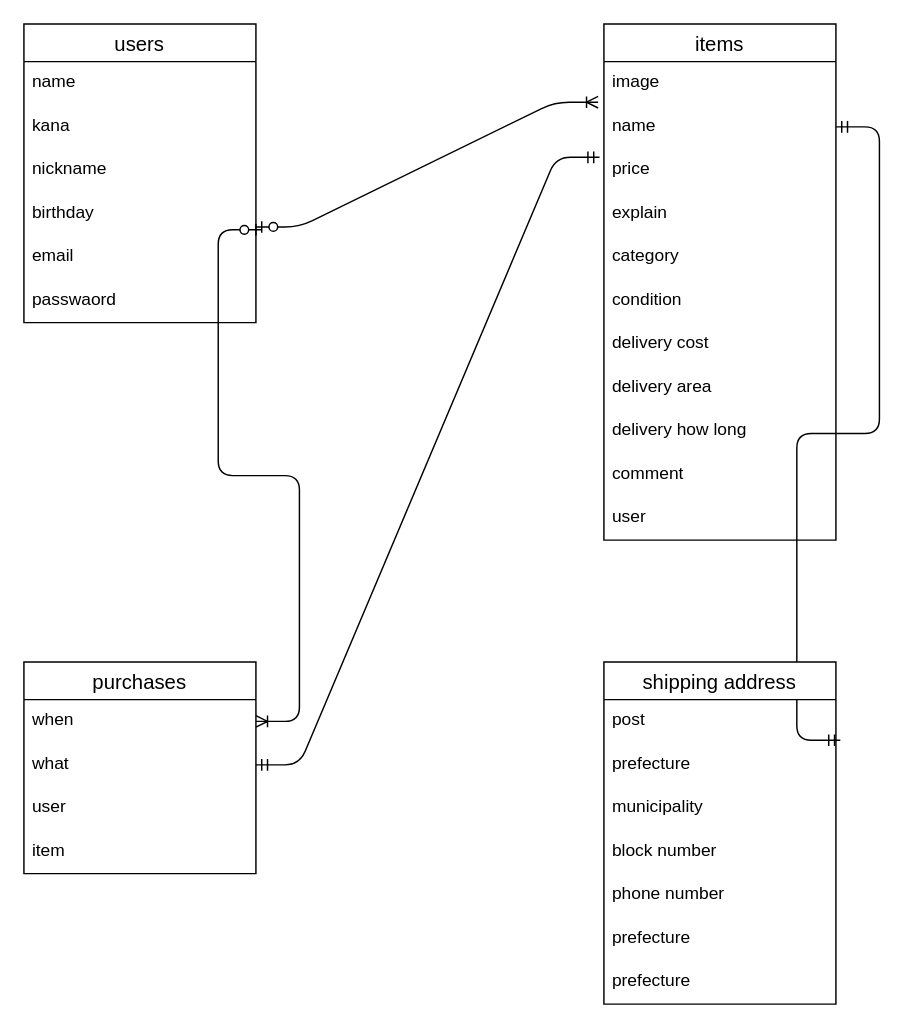
KUNIHIKO-MIZUNO/furima-32102 keeps this draw.io diagram as test.dio. Above is the earlier version. Source tidied: cells renumbered, new cells numbered last; positions are measured from the earlier drawing's top-left corner, leaving out a move shared by most shapes. Both pictures are drawn from the tidied source at 145%, with x=0, y=0 at pixel (23, 23).
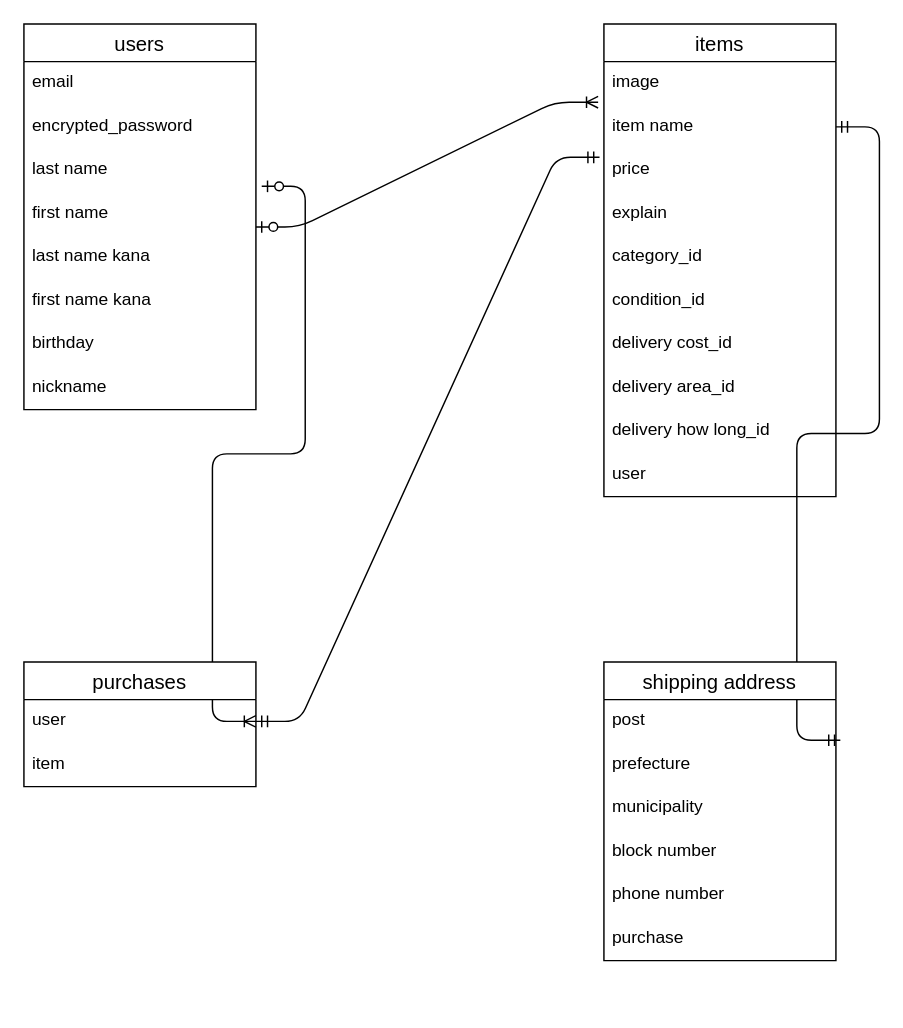
Above is the later version.

Commit message (it also covers changes not shown here):
ER図　READEME 修正

The change refers to these unchanged cells:
```xml
<mxCell id="5" value="price" style="text;strokeColor=none;fillColor=none;spacingLeft=4;spacingRight=4;overflow=hidden;points=[[0,0.5],[1,0.5]];portConstraint=eastwest;fontSize=12;" parent="2" vertex="1">
  <mxGeometry y="86" width="160" height="30" as="geometry" />
</mxCell>
```

The edit, as a diff of the source:
```diff
@@
     <mxCell id="2" value="items" style="swimlane;fontStyle=0;horizontal=1;startSize=26;align=center;fontSize=14;" parent="1" vertex="1">
-      <mxGeometry x="400" width="160" height="356" as="geometry" />
+      <mxGeometry x="400" width="160" height="326" as="geometry" />
     </mxCell>
@@
-    <mxCell id="4" value="name" style="text;strokeColor=none;fillColor=none;spacingLeft=4;spacingRight=4;overflow=hidden;points=[[0,0.5],[1,0.5]];portConstraint=eastwest;fontSize=12;" parent="2" vertex="1">
+    <mxCell id="4" value="item name" style="text;strokeColor=none;fillColor=none;spacingLeft=4;spacingRight=4;overflow=hidden;points=[[0,0.5],[1,0.5]];portConstraint=eastwest;fontSize=12;" parent="2" vertex="1">
       <mxGeometry y="56" width="160" height="30" as="geometry" />
     </mxCell>
@@
-    <mxCell id="7" value="category" style="text;strokeColor=none;fillColor=none;spacingLeft=4;spacingRight=4;overflow=hidden;fontSize=12;" parent="2" vertex="1">
+    <mxCell id="7" value="category_id" style="text;strokeColor=none;fillColor=none;spacingLeft=4;spacingRight=4;overflow=hidden;fontSize=12;" parent="2" vertex="1">
       <mxGeometry y="146" width="160" height="30" as="geometry" />
     </mxCell>
-    <mxCell id="8" value="condition" style="text;strokeColor=none;fillColor=none;spacingLeft=4;spacingRight=4;overflow=hidden;fontSize=12;" parent="2" vertex="1">
+    <mxCell id="8" value="condition_id" style="text;strokeColor=none;fillColor=none;spacingLeft=4;spacingRight=4;overflow=hidden;fontSize=12;" parent="2" vertex="1">
       <mxGeometry y="176" width="160" height="30" as="geometry" />
     </mxCell>
-    <mxCell id="9" value="delivery cost" style="text;strokeColor=none;fillColor=none;spacingLeft=4;spacingRight=4;overflow=hidden;fontSize=12;" parent="2" vertex="1">
+    <mxCell id="9" value="delivery cost_id " style="text;strokeColor=none;fillColor=none;spacingLeft=4;spacingRight=4;overflow=hidden;fontSize=12;" parent="2" vertex="1">
       <mxGeometry y="206" width="160" height="30" as="geometry" />
     </mxCell>
-    <mxCell id="10" value="delivery area" style="text;strokeColor=none;fillColor=none;spacingLeft=4;spacingRight=4;overflow=hidden;fontSize=12;" parent="2" vertex="1">
+    <mxCell id="10" value="delivery area_id" style="text;strokeColor=none;fillColor=none;spacingLeft=4;spacingRight=4;overflow=hidden;fontSize=12;" parent="2" vertex="1">
       <mxGeometry y="236" width="160" height="30" as="geometry" />
     </mxCell>
-    <mxCell id="11" value="delivery how long" style="text;strokeColor=none;fillColor=none;spacingLeft=4;spacingRight=4;overflow=hidden;fontSize=12;" parent="2" vertex="1">
+    <mxCell id="11" value="delivery how long_id" style="text;strokeColor=none;fillColor=none;spacingLeft=4;spacingRight=4;overflow=hidden;fontSize=12;" parent="2" vertex="1">
       <mxGeometry y="266" width="160" height="30" as="geometry" />
     </mxCell>
-    <mxCell id="12" value="comment" style="text;strokeColor=none;fillColor=none;spacingLeft=4;spacingRight=4;overflow=hidden;fontSize=12;" parent="2" vertex="1">
-      <mxGeometry y="296" width="160" height="30" as="geometry" />
-    </mxCell>
     <mxCell id="13" value="user" style="text;strokeColor=none;fillColor=none;spacingLeft=4;spacingRight=4;overflow=hidden;fontSize=12;" parent="2" vertex="1">
-      <mxGeometry y="326" width="160" height="30" as="geometry" />
+      <mxGeometry y="296" width="160" height="30" as="geometry" />
     </mxCell>
     <mxCell id="14" value="users" style="swimlane;fontStyle=0;horizontal=1;startSize=26;align=center;fontSize=14;" parent="1" vertex="1">
-      <mxGeometry width="160" height="206" as="geometry" />
+      <mxGeometry width="160" height="266" as="geometry" />
     </mxCell>
-    <mxCell id="15" value="name" style="text;strokeColor=none;fillColor=none;spacingLeft=4;spacingRight=4;overflow=hidden;fontSize=12;" parent="14" vertex="1">
-      <mxGeometry y="26" width="160" height="30" as="geometry" />
-    </mxCell>
-    <mxCell id="16" value="kana" style="text;strokeColor=none;fillColor=none;spacingLeft=4;spacingRight=4;overflow=hidden;fontSize=12;" parent="14" vertex="1">
-      <mxGeometry y="56" width="160" height="30" as="geometry" />
-    </mxCell>
-    <mxCell id="17" value="nickname" style="text;strokeColor=none;fillColor=none;spacingLeft=4;spacingRight=4;overflow=hidden;fontSize=12;" parent="14" vertex="1">
-      <mxGeometry y="86" width="160" height="30" as="geometry" />
-    </mxCell>
-    <mxCell id="18" value="birthday" style="text;strokeColor=none;fillColor=none;spacingLeft=4;spacingRight=4;overflow=hidden;points=[[0,0.5],[1,0.5]];portConstraint=eastwest;fontSize=12;" parent="14" vertex="1">
-      <mxGeometry y="116" width="160" height="30" as="geometry" />
-    </mxCell>
     <mxCell id="19" value="email" style="text;strokeColor=none;fillColor=none;spacingLeft=4;spacingRight=4;overflow=hidden;fontSize=12;" parent="14" vertex="1">
-      <mxGeometry y="146" width="160" height="30" as="geometry" />
+      <mxGeometry y="26" width="160" height="30" as="geometry" />
     </mxCell>
-    <mxCell id="20" value="passwaord" style="text;strokeColor=none;fillColor=none;spacingLeft=4;spacingRight=4;overflow=hidden;fontSize=12;" parent="14" vertex="1">
-      <mxGeometry y="176" width="160" height="30" as="geometry" />
+    <mxCell id="20" value="encrypted_password" style="text;strokeColor=none;fillColor=none;spacingLeft=4;spacingRight=4;overflow=hidden;fontSize=12;" parent="14" vertex="1">
+      <mxGeometry y="56" width="160" height="30" as="geometry" />
     </mxCell>
+    <mxCell id="18" value="last name" style="text;strokeColor=none;fillColor=none;spacingLeft=4;spacingRight=4;overflow=hidden;points=[[0,0.5],[1,0.5]];portConstraint=eastwest;fontSize=12;" parent="14" vertex="1">
+      <mxGeometry y="86" width="160" height="30" as="geometry" />
+    </mxCell>
+    <mxCell id="38" value="first name" style="text;strokeColor=none;fillColor=none;spacingLeft=4;spacingRight=4;overflow=hidden;fontSize=12;" parent="14" vertex="1">
+      <mxGeometry y="116" width="160" height="30" as="geometry" />
+    </mxCell>
+    <mxCell id="39" value="last name kana" style="text;strokeColor=none;fillColor=none;spacingLeft=4;spacingRight=4;overflow=hidden;fontSize=12;" parent="14" vertex="1">
+      <mxGeometry y="146" width="160" height="30" as="geometry" />
+    </mxCell>
+    <mxCell id="40" value="first name kana" style="text;strokeColor=none;fillColor=none;spacingLeft=4;spacingRight=4;overflow=hidden;fontSize=12;" parent="14" vertex="1">
+      <mxGeometry y="176" width="160" height="30" as="geometry" />
+    </mxCell>
+    <mxCell id="41" value="birthday" style="text;strokeColor=none;fillColor=none;spacingLeft=4;spacingRight=4;overflow=hidden;fontSize=12;" parent="14" vertex="1">
+      <mxGeometry y="206" width="160" height="30" as="geometry" />
+    </mxCell>
+    <mxCell id="15" value="nickname" style="text;strokeColor=none;fillColor=none;spacingLeft=4;spacingRight=4;overflow=hidden;fontSize=12;" parent="14" vertex="1">
+      <mxGeometry y="236" width="160" height="30" as="geometry" />
+    </mxCell>
@@
-    <mxCell id="22" style="edgeStyle=entityRelationEdgeStyle;fontSize=12;html=1;endArrow=ERoneToMany;startArrow=ERzeroToOne;exitX=1.025;exitY=0.867;exitDx=0;exitDy=0;exitPerimeter=0;" parent="1" edge="1" source="18" target="26">
-      <mxGeometry relative="1" as="geometry" />
+    <mxCell id="22" style="edgeStyle=entityRelationEdgeStyle;fontSize=12;html=1;endArrow=ERoneToMany;startArrow=ERzeroToOne;exitX=1.025;exitY=0.867;exitDx=0;exitDy=0;exitPerimeter=0;" parent="1" edge="1" source="18">
+      <mxGeometry relative="1" as="geometry">
+        <mxPoint x="160" y="481" as="targetPoint" />
+      </mxGeometry>
     </mxCell>
-    <mxCell id="23" style="edgeStyle=entityRelationEdgeStyle;fontSize=12;html=1;endArrow=ERmandOne;startArrow=ERmandOne;entryX=-0.019;entryY=0.2;entryDx=0;entryDy=0;entryPerimeter=0;exitX=1;exitY=0.5;exitDx=0;exitDy=0;" parent="1" edge="1" source="27" target="5">
-      <mxGeometry relative="1" as="geometry" />
+    <mxCell id="23" style="edgeStyle=entityRelationEdgeStyle;fontSize=12;html=1;endArrow=ERmandOne;startArrow=ERmandOne;entryX=-0.019;entryY=0.2;entryDx=0;entryDy=0;entryPerimeter=0;exitX=1;exitY=0.5;exitDx=0;exitDy=0;" parent="1" edge="1" target="5">
+      <mxGeometry relative="1" as="geometry">
+        <mxPoint x="160" y="481" as="sourcePoint" />
+      </mxGeometry>
     </mxCell>
@@
     <mxCell id="25" value="purchases" style="swimlane;fontStyle=0;horizontal=1;startSize=26;align=center;fontSize=14;" parent="1" vertex="1">
-      <mxGeometry y="440" width="160" height="146" as="geometry" />
+      <mxGeometry y="440" width="160" height="86" as="geometry" />
     </mxCell>
-    <mxCell id="26" value="when" style="text;strokeColor=none;fillColor=none;spacingLeft=4;spacingRight=4;overflow=hidden;points=[[0,0.5],[1,0.5]];portConstraint=eastwest;fontSize=12;" parent="25" vertex="1">
-      <mxGeometry y="26" width="160" height="30" as="geometry" />
-    </mxCell>
-    <mxCell id="27" value="what" style="text;strokeColor=none;fillColor=none;spacingLeft=4;spacingRight=4;overflow=hidden;points=[[0,0.5],[1,0.5]];portConstraint=eastwest;fontSize=12;" parent="25" vertex="1">
-      <mxGeometry y="56" width="160" height="30" as="geometry" />
-    </mxCell>
     <mxCell id="28" value="user" style="text;strokeColor=none;fillColor=none;spacingLeft=4;spacingRight=4;overflow=hidden;fontSize=12;" parent="25" vertex="1">
-      <mxGeometry y="86" width="160" height="30" as="geometry" />
+      <mxGeometry y="26" width="160" height="30" as="geometry" />
     </mxCell>
     <mxCell id="29" value="item" style="text;strokeColor=none;fillColor=none;spacingLeft=4;spacingRight=4;overflow=hidden;fontSize=12;" parent="25" vertex="1">
-      <mxGeometry y="116" width="160" height="30" as="geometry" />
+      <mxGeometry y="56" width="160" height="30" as="geometry" />
     </mxCell>
     <mxCell id="30" value="shipping address" style="swimlane;fontStyle=0;horizontal=1;startSize=26;align=center;fontSize=14;" parent="1" vertex="1">
-      <mxGeometry x="400" y="440" width="160" height="236" as="geometry" />
+      <mxGeometry x="400" y="440" width="160" height="206" as="geometry" />
     </mxCell>
@@
-    <mxCell id="36" value="prefecture" style="text;strokeColor=none;fillColor=none;spacingLeft=4;spacingRight=4;overflow=hidden;fontSize=12;" parent="30" vertex="1">
+    <mxCell id="36" value="purchase" style="text;strokeColor=none;fillColor=none;spacingLeft=4;spacingRight=4;overflow=hidden;fontSize=12;" parent="30" vertex="1">
       <mxGeometry y="176" width="160" height="30" as="geometry" />
     </mxCell>
-    <mxCell id="37" value="prefecture" style="text;strokeColor=none;fillColor=none;spacingLeft=4;spacingRight=4;overflow=hidden;fontSize=12;" parent="30" vertex="1">
-      <mxGeometry y="206" width="160" height="30" as="geometry" />
-    </mxCell>
```
